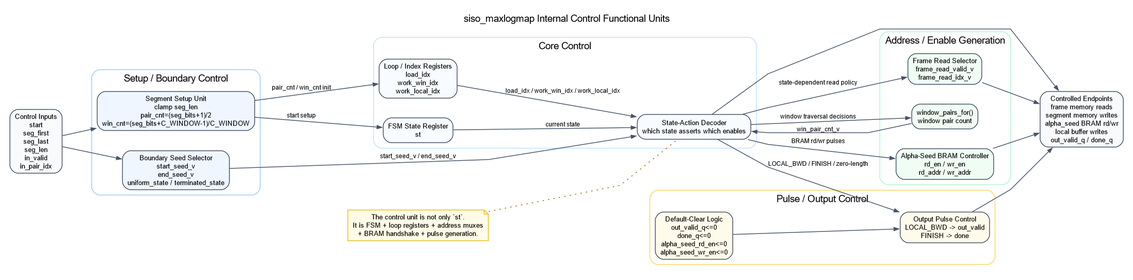
This is architecture_exports/siso_maxlogmap/internal_control/SISO_MAXLOGMAP_CONTROL_FUNCTIONAL_UNITS.png from HarshithaModekurty/Parallel-Turbo-Decoder-ASIC-for-3GPP-LTE, a Graphviz export, as it was before one commit. Its source is kept beside it as architecture_exports/siso_maxlogmap/internal_control/SISO_MAXLOGMAP_CONTROL_FUNCTIONAL_UNITS.dot.
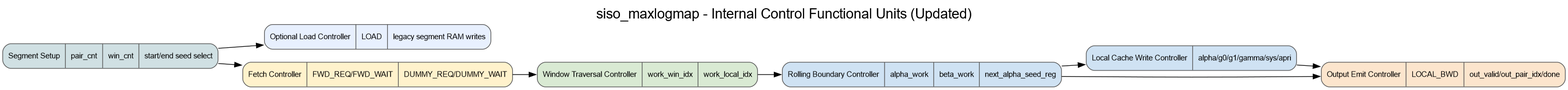
Above is the later version.

Diff of the diagram source:
```diff
@@ -1,93 +1,21 @@
-digraph siso_control_overview {
-  graph [
-    rankdir=LR,
-    splines=polyline,
-    nodesep=0.4,
-    ranksep=0.7,
-    pad=0.2,
-    bgcolor="white",
-    fontname="Helvetica",
-    labelloc="t",
-    label="siso_maxlogmap Internal Control Functional Units"
-  ];
+digraph G {
+  rankdir=LR;
+  graph [labelloc=t, fontsize=20, fontname="Helvetica", label="siso_maxlogmap - Internal Control Functional Units (Updated)"];
+  node [shape=record, style="rounded,filled", fontname="Helvetica", fontsize=11, fillcolor="#f8f6ef", color="#555555"];
 
-  node [
-    shape=box,
-    style="rounded,filled",
-    fillcolor="white",
-    color="#334155",
-    fontname="Helvetica",
-    fontsize=10,
-    margin="0.10,0.06"
-  ];
+  setup [label="{Segment Setup|pair_cnt|win_cnt|start/end seed select}", fillcolor="#d0e0e3"];
+  load [label="{Optional Load Controller|LOAD|legacy segment RAM writes}", fillcolor="#e8f0fe"];
+  fetch [label="{Fetch Controller|FWD_REQ/FWD_WAIT|DUMMY_REQ/DUMMY_WAIT}", fillcolor="#fff2cc"];
+  trav [label="{Window Traversal Controller|work_win_idx|work_local_idx}", fillcolor="#d9ead3"];
+  roll [label="{Rolling Boundary Controller|alpha_work|beta_work|next_alpha_seed_reg}", fillcolor="#cfe2f3"];
+  cache [label="{Local Cache Write Controller|alpha/g0/g1/gamma/sys/apri}", fillcolor="#cfe2f3"];
+  emit [label="{Output Emit Controller|LOCAL_BWD|out_valid/out_pair_idx/done}", fillcolor="#fce5cd"];
 
-  edge [
-    color="#475569",
-    arrowsize=0.7,
-    penwidth=1.1,
-    fontname="Helvetica",
-    fontsize=9
-  ];
-
-  ctrl_in [label="Control Inputs\nstart\nseg_first\nseg_last\nseg_len\nin_valid\nin_pair_idx", fillcolor="#F8FAFC"];
-  ctrl_out [label="Controlled Endpoints\nframe memory reads\nsegment memory writes\nalpha_seed BRAM rd/wr\nlocal buffer writes\nout_valid_q / done_q", fillcolor="#F8FAFC"];
-
-  subgraph cluster_setup {
-    label="Setup / Boundary Control";
-    color="#93C5FD";
-    style="rounded";
-
-    seg_setup [label="Segment Setup Unit\nclamp seg_len\npair_cnt=(seg_bits+1)/2\nwin_cnt=(seg_bits+C_WINDOW-1)/C_WINDOW", fillcolor="#EFF6FF"];
-    boundary [label="Boundary Seed Selector\nstart_seed_v\nend_seed_v\nuniform_state / terminated_state", fillcolor="#EFF6FF"];
-  }
-
-  subgraph cluster_core {
-    label="Core Control";
-    color="#BFDBFE";
-    style="rounded";
-
-    fsm [label="FSM State Register\nst", fillcolor="#F8FBFF"];
-    loop_regs [label="Loop / Index Registers\nload_idx\nwork_win_idx\nwork_local_idx", fillcolor="#F8FBFF"];
-    action_decode [label="State-Action Decoder\nwhich state asserts which enables", fillcolor="#F8FBFF"];
-  }
-
-  subgraph cluster_addr {
-    label="Address / Enable Generation";
-    color="#A7F3D0";
-    style="rounded";
-
-    frame_sel [label="Frame Read Selector\nframe_read_valid_v\nframe_read_idx_v", fillcolor="#F0FDF4"];
-    win_len [label="window_pairs_for()\nwindow pair count", fillcolor="#F0FDF4"];
-    alpha_ctrl [label="Alpha-Seed BRAM Controller\nrd_en / wr_en\nrd_addr / wr_addr", fillcolor="#F0FDF4"];
-  }
-
-  subgraph cluster_pulse {
-    label="Pulse / Output Control";
-    color="#FCD34D";
-    style="rounded";
-
-    defaults [label="Default-Clear Logic\nout_valid_q<=0\ndone_q<=0\nalpha_seed_rd_en<=0\nalpha_seed_wr_en<=0", fillcolor="#FFFBEB"];
-    out_ctrl [label="Output Pulse Control\nLOCAL_BWD -> out_valid\nFINISH -> done", fillcolor="#FFFBEB"];
-  }
-
-  note0 [shape=note, fillcolor="#FEFCE8", color="#EAB308", label="The control unit is not only `st`.\nIt is FSM + loop registers + address muxes\n+ BRAM handshake + pulse generation."];
-
-  ctrl_in -> seg_setup;
-  ctrl_in -> boundary;
-  seg_setup -> fsm [label="start setup"];
-  seg_setup -> loop_regs [label="pair_cnt / win_cnt init"];
-  boundary -> action_decode [label="start_seed_v / end_seed_v"];
-  fsm -> action_decode [label="current state"];
-  loop_regs -> action_decode [label="load_idx / work_win_idx / work_local_idx"];
-  action_decode -> frame_sel [label="state-dependent read policy"];
-  action_decode -> win_len [label="window traversal decisions"];
-  win_len -> action_decode [label="win_pair_cnt_v"];
-  action_decode -> alpha_ctrl [label="BRAM rd/wr pulses"];
-  defaults -> out_ctrl;
-  action_decode -> out_ctrl [label="LOCAL_BWD / FINISH / zero-length"];
-  frame_sel -> ctrl_out;
-  alpha_ctrl -> ctrl_out;
-  action_decode -> ctrl_out;
-  out_ctrl -> ctrl_out;
-  note0 -> action_decode [style=dotted, arrowhead=none, color="#A16207"];
+  setup -> load;
+  setup -> fetch;
+  fetch -> trav;
+  trav -> roll;
+  roll -> cache;
+  roll -> emit;
+  cache -> emit;
 }
```
